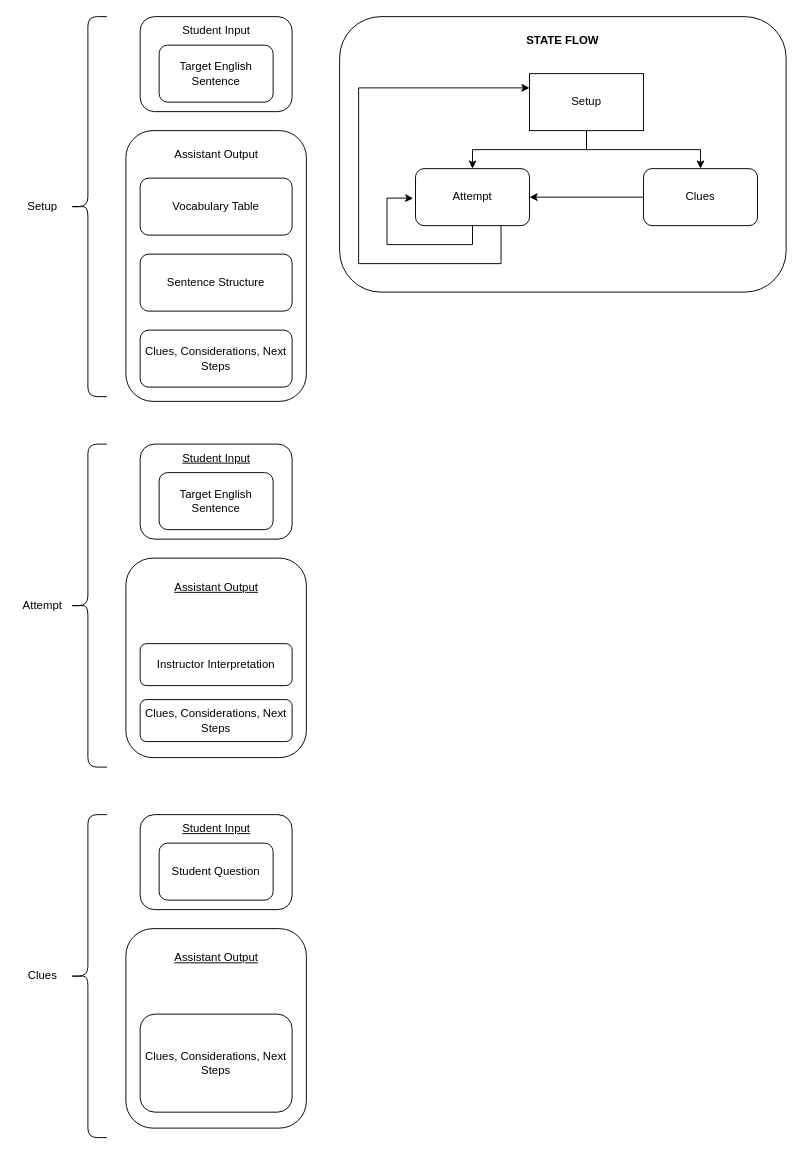
dalton-herriman/free-genai-bootcamp-2025 keeps this draw.io diagram as page "SentConst-States" (2 of 2) of genai-architecting/architect-diagram.drawio. Above is the earlier version. Source tidied: cells renumbered, new cells numbered last; positions are measured from the earlier drawing's top-left corner, leaving out a move shared by most shapes. Both pictures are drawn from the tidied source at 95%, with x=0, y=0 at pixel (16, 16).
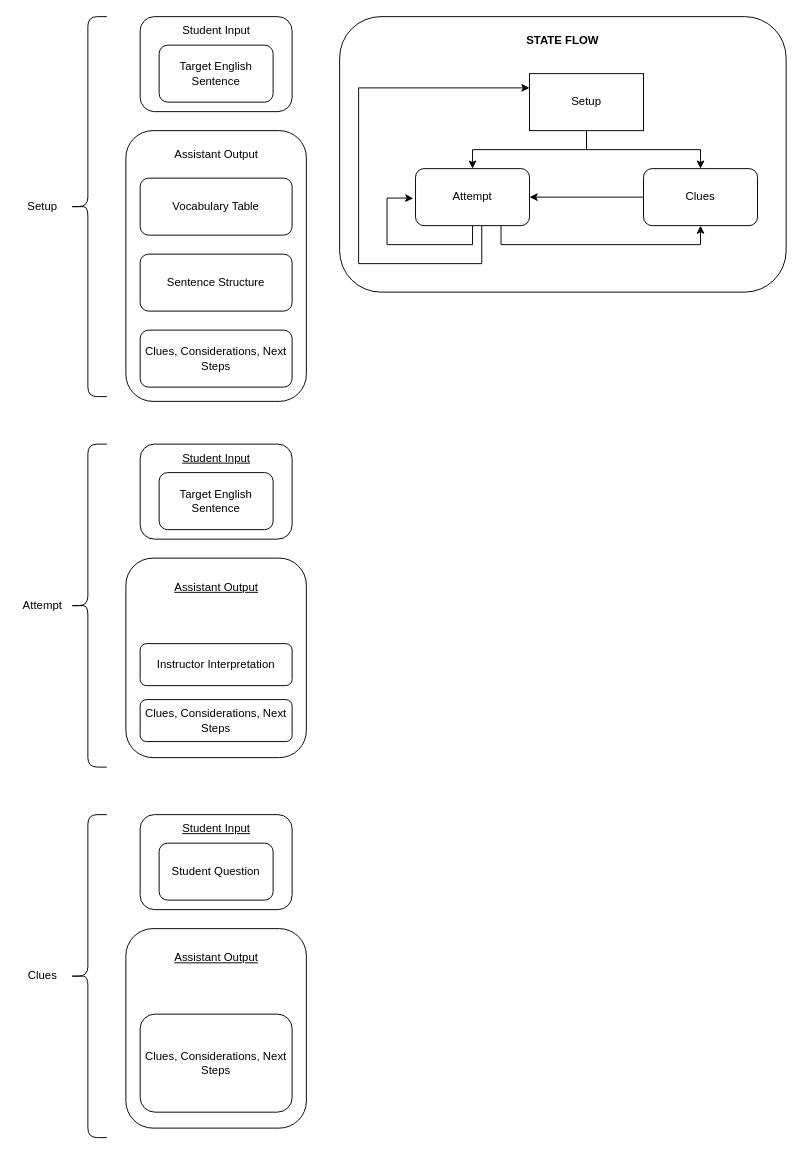
The same diagram, later.

Commit message (it also covers changes not shown here):
claude prompt - add stating

The change refers to these unchanged cells:
```xml
<mxCell id="28" value="Setup" style="rounded=0;whiteSpace=wrap;html=1;" parent="1" vertex="1">
  <mxGeometry x="539.9" y="60" width="120" height="60" as="geometry" />
</mxCell>
<mxCell id="31" value="Attempt" style="rounded=1;whiteSpace=wrap;html=1;" parent="1" vertex="1">
  <mxGeometry x="419.9" y="160" width="120" height="60" as="geometry" />
</mxCell>
<mxCell id="33" value="Clues" style="rounded=1;whiteSpace=wrap;html=1;" parent="1" vertex="1">
  <mxGeometry x="659.9" y="160" width="120" height="60" as="geometry" />
</mxCell>
```

What changed in the source:
```diff
@@
-    <mxCell id="30" style="edgeStyle=orthogonalEdgeStyle;rounded=0;jettySize=auto;html=1;exitX=0.75;exitY=1;exitDx=0;exitDy=0;entryX=0;entryY=0.25;entryDx=0;entryDy=0;" parent="1" edge="1" source="31" target="28">
+    <mxCell id="30" style="edgeStyle=orthogonalEdgeStyle;rounded=0;jettySize=auto;html=1;exitX=0.581;exitY=1.007;exitDx=0;exitDy=0;entryX=0;entryY=0.25;entryDx=0;entryDy=0;exitPerimeter=0;" parent="1" edge="1" source="31" target="28">
       <mxGeometry relative="1" as="geometry">
         <Array as="points">
-          <mxPoint x="510" y="260" />
+          <mxPoint x="490" y="260" />
           <mxPoint x="360" y="260" />
           <mxPoint x="360" y="75" />
         </Array>
       </mxGeometry>
     </mxCell>
+    <mxCell id="45" style="edgeStyle=orthogonalEdgeStyle;rounded=0;jettySize=auto;html=1;exitX=0.75;exitY=1;exitDx=0;exitDy=0;entryX=0.5;entryY=1;entryDx=0;entryDy=0;" parent="1" edge="1" source="31" target="33">
+      <mxGeometry relative="1" as="geometry" />
+    </mxCell>
```
